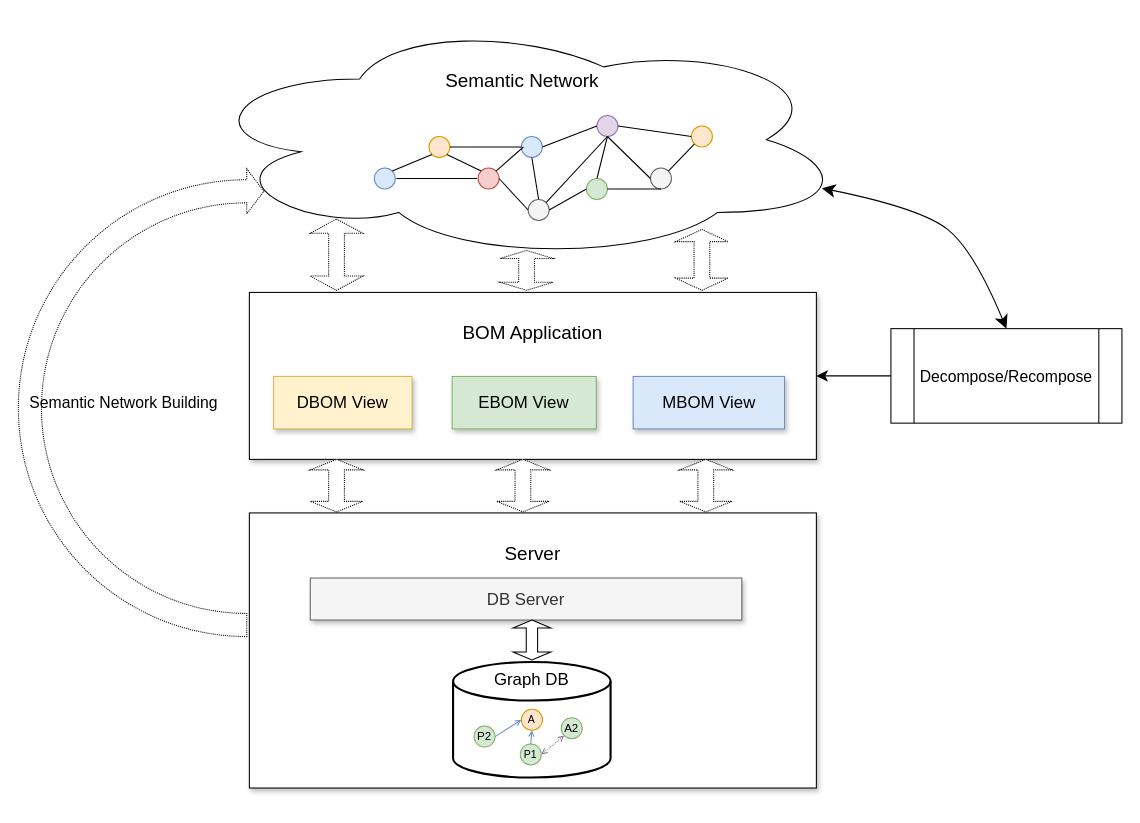
The draw.io diagram BOM/BOM-sys-structure.drawio in littlelittlemoon/DiagramsRepository, before the edit. Source tidied: cells renumbered, new cells numbered last; positions are measured from the earlier drawing's top-left corner, leaving out a move shared by most shapes. Both pictures are drawn from the tidied source at 105%, with x=0, y=0 at pixel (18, 18).
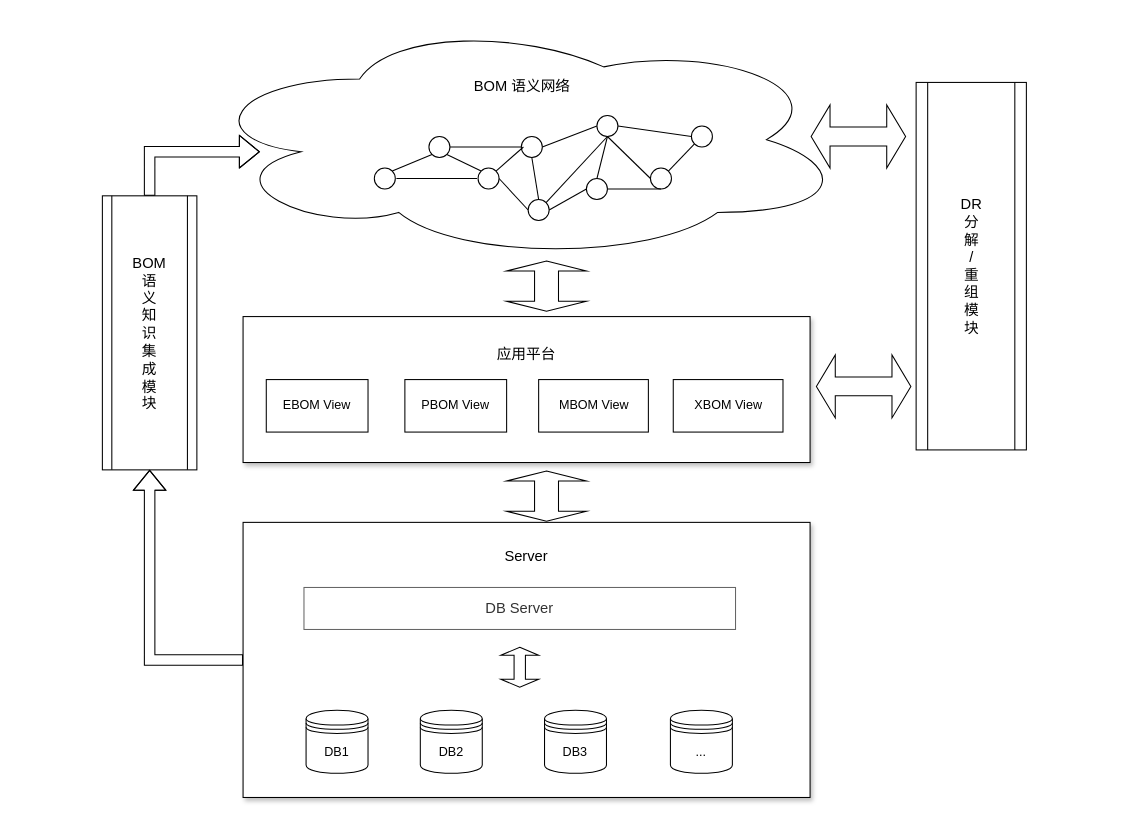
After the change.

The edit, as a diff of the source:
```diff
@@
-    <mxCell id="2" value="&lt;font style=&quot;font-size: 18px&quot;&gt;&lt;br&gt;BOM Application&lt;/font&gt;" style="whiteSpace=wrap;html=1;shadow=1;fontSize=16;verticalAlign=top;" parent="1" vertex="1">
-      <mxGeometry x="220" y="261" width="540" height="159" as="geometry" />
+    <mxCell id="2" value="&lt;font style=&quot;font-size: 14px&quot;&gt;&lt;br&gt;应用平台&lt;/font&gt;" style="whiteSpace=wrap;html=1;shadow=1;fontSize=16;verticalAlign=top;" parent="1" vertex="1">
+      <mxGeometry x="214" y="284" width="540" height="139" as="geometry" />
     </mxCell>
-    <mxCell id="3" value="&lt;font style=&quot;font-size: 18px&quot;&gt;&lt;br&gt;&lt;br&gt;Semantic Network&lt;/font&gt;" style="ellipse;shape=cloud;whiteSpace=wrap;html=1;verticalAlign=top;" parent="1" vertex="1">
+    <mxCell id="3" value="&lt;br style=&quot;font-size: 14px&quot;&gt;&lt;br style=&quot;font-size: 14px&quot;&gt;&lt;br style=&quot;font-size: 14px&quot;&gt;BOM 语义网络" style="ellipse;shape=cloud;whiteSpace=wrap;html=1;verticalAlign=top;fontSize=14;" parent="1" vertex="1">
       <mxGeometry x="170" width="620" height="231" as="geometry" />
     </mxCell>
-    <mxCell id="4" style="ellipse;whiteSpace=wrap;html=1;verticalAlign=middle;fillColor=#dae8fc;strokeColor=#6c8ebf;" parent="1" vertex="1">
+    <mxCell id="4" style="ellipse;whiteSpace=wrap;html=1;verticalAlign=middle;fillColor=none;strokeColor=#000000;" parent="1" vertex="1">
       <mxGeometry x="339" y="142.5" width="20" height="20" as="geometry" />
     </mxCell>
-    <mxCell id="5" style="ellipse;whiteSpace=wrap;html=1;verticalAlign=middle;fillColor=#ffe6cc;strokeColor=#d79b00;" parent="1" vertex="1">
+    <mxCell id="5" style="ellipse;whiteSpace=wrap;html=1;verticalAlign=middle;fillColor=none;strokeColor=#000000;" parent="1" vertex="1">
       <mxGeometry x="391" y="112.5" width="20" height="20" as="geometry" />
     </mxCell>
-    <mxCell id="6" style="ellipse;whiteSpace=wrap;html=1;verticalAlign=middle;fillColor=#ffe6cc;strokeColor=#d79b00;" parent="1" vertex="1">
+    <mxCell id="6" style="ellipse;whiteSpace=wrap;html=1;verticalAlign=middle;fillColor=none;strokeColor=#000000;" parent="1" vertex="1">
       <mxGeometry x="641" y="102.5" width="20" height="20" as="geometry" />
     </mxCell>
-    <mxCell id="7" style="ellipse;whiteSpace=wrap;html=1;verticalAlign=middle;fillColor=#f5f5f5;strokeColor=#666666;fontColor=#333333;" parent="1" vertex="1">
+    <mxCell id="7" style="ellipse;whiteSpace=wrap;html=1;verticalAlign=middle;fillColor=none;strokeColor=#000000;fontColor=#333333;" parent="1" vertex="1">
       <mxGeometry x="602" y="142.5" width="20" height="20" as="geometry" />
     </mxCell>
-    <mxCell id="8" style="ellipse;whiteSpace=wrap;html=1;verticalAlign=middle;fillColor=#d5e8d4;strokeColor=#82b366;" parent="1" vertex="1">
+    <mxCell id="8" style="ellipse;whiteSpace=wrap;html=1;verticalAlign=middle;fillColor=none;strokeColor=#000000;" parent="1" vertex="1">
       <mxGeometry x="541" y="152.5" width="20" height="20" as="geometry" />
     </mxCell>
-    <mxCell id="9" style="ellipse;whiteSpace=wrap;html=1;verticalAlign=middle;fillColor=#f5f5f5;strokeColor=#666666;fontColor=#333333;" parent="1" vertex="1">
+    <mxCell id="9" style="ellipse;whiteSpace=wrap;html=1;verticalAlign=middle;fillColor=none;strokeColor=#000000;fontColor=#333333;" parent="1" vertex="1">
       <mxGeometry x="485.5" y="172.5" width="20" height="20" as="geometry" />
     </mxCell>
-    <mxCell id="10" style="ellipse;whiteSpace=wrap;html=1;verticalAlign=middle;fillColor=#dae8fc;strokeColor=#6c8ebf;" parent="1" vertex="1">
+    <mxCell id="10" style="ellipse;whiteSpace=wrap;html=1;verticalAlign=middle;fillColor=none;strokeColor=#000000;" parent="1" vertex="1">
       <mxGeometry x="479" y="112.5" width="20" height="20" as="geometry" />
     </mxCell>
-    <mxCell id="11" style="ellipse;whiteSpace=wrap;html=1;verticalAlign=middle;fillColor=#f8cecc;strokeColor=#b85450;" parent="1" vertex="1">
+    <mxCell id="11" style="ellipse;whiteSpace=wrap;html=1;verticalAlign=middle;fillColor=none;strokeColor=#000000;" parent="1" vertex="1">
       <mxGeometry x="437.8" y="142.5" width="20" height="20" as="geometry" />
     </mxCell>
-    <mxCell id="12" style="ellipse;whiteSpace=wrap;html=1;verticalAlign=middle;fillColor=#e1d5e7;strokeColor=#9673a6;" parent="1" vertex="1">
+    <mxCell id="12" style="ellipse;whiteSpace=wrap;html=1;verticalAlign=middle;fillColor=none;strokeColor=#000000;" parent="1" vertex="1">
       <mxGeometry x="551" y="92.5" width="20" height="20" as="geometry" />
     </mxCell>
@@
-    <mxCell id="28" value="&lt;font style=&quot;font-size: 16px&quot;&gt;DBOM View&lt;/font&gt;" style="whiteSpace=wrap;html=1;shadow=1;fontSize=18;fillColor=#fff2cc;strokeColor=#d6b656;verticalAlign=middle;" parent="1" vertex="1">
-      <mxGeometry x="243.1" y="341" width="131.8" height="50" as="geometry" />
-    </mxCell>
-    <mxCell id="29" value="EBOM View" style="whiteSpace=wrap;html=1;shadow=1;fontSize=16;fillColor=#d5e8d4;strokeColor=#82b366;verticalAlign=middle;" parent="1" vertex="1">
-      <mxGeometry x="413.1" y="341" width="137.2" height="50" as="geometry" />
-    </mxCell>
-    <mxCell id="30" value="&lt;font style=&quot;font-size: 16px&quot;&gt;M&lt;/font&gt;BOM View" style="whiteSpace=wrap;html=1;shadow=1;fontSize=16;fillColor=#dae8fc;strokeColor=#6c8ebf;verticalAlign=middle;" parent="1" vertex="1">
-      <mxGeometry x="585.5" y="341" width="144.2" height="50" as="geometry" />
-    </mxCell>
+    <mxCell id="52" style="edgeStyle=orthogonalEdgeStyle;shape=flexArrow;rounded=0;jettySize=auto;html=1;entryX=0.5;entryY=1;entryDx=0;entryDy=0;fontSize=12;strokeColor=default;fillColor=none;" parent="1" edge="1" source="31" target="62">
+      <mxGeometry relative="1" as="geometry" />
+    </mxCell>
-    <mxCell id="31" value="&lt;font style=&quot;font-size: 18px&quot;&gt;&lt;br&gt;Server&lt;/font&gt;" style="whiteSpace=wrap;html=1;shadow=1;fontSize=16;verticalAlign=top;" parent="1" vertex="1">
-      <mxGeometry x="220" y="471" width="540" height="262" as="geometry" />
+    <mxCell id="31" value="&lt;font style=&quot;font-size: 14px;&quot;&gt;&lt;br style=&quot;font-size: 14px;&quot;&gt;Server&lt;/font&gt;" style="whiteSpace=wrap;html=1;shadow=1;fontSize=14;verticalAlign=top;" parent="1" vertex="1">
+      <mxGeometry x="214" y="480" width="540" height="262" as="geometry" />
     </mxCell>
-    <mxCell id="32" value="DB Server" style="whiteSpace=wrap;html=1;shadow=1;fontSize=16;fillColor=#f5f5f5;strokeColor=#666666;verticalAlign=middle;fontColor=#333333;" parent="1" vertex="1">
-      <mxGeometry x="278" y="533" width="411" height="40" as="geometry" />
+    <mxCell id="32" value="DB Server" style="whiteSpace=wrap;html=1;shadow=0;fontSize=14;fillColor=none;strokeColor=#666666;verticalAlign=middle;fontColor=#333333;" parent="1" vertex="1">
+      <mxGeometry x="272" y="542" width="411" height="40" as="geometry" />
     </mxCell>
-    <mxCell id="33" value="Graph DB" style="strokeWidth=2;html=1;shape=mxgraph.flowchart.database;whiteSpace=wrap;fontSize=16;verticalAlign=top;" parent="1" vertex="1">
-      <mxGeometry x="414" y="613" width="150" height="110" as="geometry" />
-    </mxCell>
-    <mxCell id="34" value="A" style="ellipse;whiteSpace=wrap;html=1;verticalAlign=middle;fillColor=#ffe6cc;strokeColor=#d79b00;fontSize=10;" parent="1" vertex="1">
-      <mxGeometry x="479.1" y="658" width="20" height="20" as="geometry" />
-    </mxCell>
-    <mxCell id="35" value="&lt;font style=&quot;font-size: 11px&quot;&gt;A2&lt;/font&gt;" style="ellipse;whiteSpace=wrap;html=1;verticalAlign=middle;fillColor=#d5e8d4;strokeColor=#82b366;" parent="1" vertex="1">
-      <mxGeometry x="517" y="666" width="20" height="20" as="geometry" />
-    </mxCell>
-    <mxCell id="36" value="&lt;font size=&quot;1&quot;&gt;P1&lt;/font&gt;" style="ellipse;whiteSpace=wrap;html=1;verticalAlign=middle;fillColor=#d5e8d4;strokeColor=#82b366;fontSize=6;" parent="1" vertex="1">
-      <mxGeometry x="478" y="691" width="20" height="20" as="geometry" />
-    </mxCell>
-    <mxCell id="37" value="&lt;font style=&quot;font-size: 11px&quot;&gt;P2&lt;/font&gt;" style="ellipse;whiteSpace=wrap;html=1;verticalAlign=middle;fillColor=#d5e8d4;strokeColor=#82b366;fontSize=10;" parent="1" vertex="1">
-      <mxGeometry x="434" y="674" width="20" height="20" as="geometry" />
-    </mxCell>
-    <mxCell id="38" style="html=1;verticalAlign=bottom;endArrow=open;endSize=4;entryX=0.5;entryY=1;entryDx=0;entryDy=0;exitX=0.5;exitY=0;exitDx=0;exitDy=0;fontSize=9;fillColor=#dae8fc;strokeColor=#6c8ebf;startSize=4;" parent="1" edge="1" source="36" target="34">
-      <mxGeometry relative="1" as="geometry" />
-    </mxCell>
-    <mxCell id="39" style="html=1;verticalAlign=bottom;endArrow=open;endSize=4;entryX=0;entryY=0.5;entryDx=0;entryDy=0;exitX=1;exitY=0.5;exitDx=0;exitDy=0;fontSize=8;fillColor=#dae8fc;strokeColor=#6c8ebf;jumpSize=6;startSize=4;" parent="1" edge="1" source="37" target="34">
-      <mxGeometry relative="1" as="geometry" />
-    </mxCell>
-    <mxCell id="40" style="html=1;verticalAlign=bottom;endArrow=open;endSize=4;fontSize=8;entryX=1;entryY=0.5;entryDx=0;entryDy=0;dashed=1;dashPattern=1 1;startArrow=open;startFill=0;fillColor=#e1d5e7;strokeColor=#9673a6;exitX=0;exitY=1;exitDx=0;exitDy=0;startSize=4;" parent="1" edge="1" source="35" target="36">
-      <mxGeometry relative="1" as="geometry" />
-    </mxCell>
-    <mxCell id="41" style="shape=doubleArrow;whiteSpace=wrap;html=1;fontSize=10;verticalAlign=top;direction=south;dashed=1;dashPattern=1 1;" parent="1" vertex="1">
-      <mxGeometry x="278" y="420" width="50" height="50" as="geometry" />
-    </mxCell>
-    <mxCell id="42" style="shape=doubleArrow;whiteSpace=wrap;html=1;fontSize=10;verticalAlign=top;direction=south;dashed=1;dashPattern=1 1;" parent="1" vertex="1">
-      <mxGeometry x="455.5" y="420" width="50" height="50" as="geometry" />
-    </mxCell>
-    <mxCell id="43" style="shape=doubleArrow;whiteSpace=wrap;html=1;fontSize=10;verticalAlign=top;direction=south;dashed=1;dashPattern=1 1;" parent="1" vertex="1">
-      <mxGeometry x="629.7" y="420" width="50" height="50" as="geometry" />
-    </mxCell>
     <mxCell id="44" style="shape=doubleArrow;whiteSpace=wrap;html=1;fontSize=10;verticalAlign=top;direction=south;" parent="1" vertex="1">
-      <mxGeometry x="471.1" y="573" width="36" height="38" as="geometry" />
+      <mxGeometry x="459.5" y="599" width="36" height="38" as="geometry" />
     </mxCell>
-    <mxCell id="45" style="shape=doubleArrow;whiteSpace=wrap;html=1;fontSize=10;verticalAlign=top;direction=south;dashed=1;dashPattern=1 1;" parent="1" vertex="1">
-      <mxGeometry x="278" y="191" width="50" height="68" as="geometry" />
-    </mxCell>
-    <mxCell id="46" style="shape=doubleArrow;whiteSpace=wrap;html=1;fontSize=10;verticalAlign=top;direction=south;dashed=1;dashPattern=1 1;" parent="1" vertex="1">
-      <mxGeometry x="459" y="221" width="50" height="38" as="geometry" />
-    </mxCell>
-    <mxCell id="47" style="shape=doubleArrow;whiteSpace=wrap;html=1;fontSize=10;verticalAlign=top;direction=south;dashed=1;dashPattern=1 1;" parent="1" vertex="1">
-      <mxGeometry x="626" y="201" width="50" height="58" as="geometry" />
+    <mxCell id="47" style="shape=doubleArrow;whiteSpace=wrap;html=1;fontSize=10;verticalAlign=top;direction=south;" parent="1" vertex="1">
+      <mxGeometry x="465" y="231" width="76" height="48" as="geometry" />
     </mxCell>
-    <mxCell id="48" style="edgeStyle=orthogonalEdgeStyle;rounded=0;jumpSize=4;jettySize=auto;html=1;exitX=0;exitY=0.5;exitDx=0;exitDy=0;entryX=1;entryY=0.5;entryDx=0;entryDy=0;fontSize=10;startArrow=none;startFill=0;startSize=10;endSize=8;strokeWidth=1;sourcePerimeterSpacing=0;endArrow=classic;endFill=1;" parent="1" edge="1" source="49" target="2">
-      <mxGeometry relative="1" as="geometry" />
-    </mxCell>
-    <mxCell id="49" value="&lt;font style=&quot;font-size: 15px&quot;&gt;&lt;span style=&quot;background-color: rgb(255 , 255 , 255)&quot;&gt;Decompose/Recompose&lt;/span&gt;&lt;/font&gt;" style="shape=process;whiteSpace=wrap;html=1;backgroundOutline=1;fontSize=10;verticalAlign=middle;" parent="1" vertex="1">
-      <mxGeometry x="831" y="295.5" width="220" height="90" as="geometry" />
+    <mxCell id="49" value="&lt;span style=&quot;font-size: 14px ; background-color: rgb(255 , 255 , 255)&quot;&gt;DR &lt;br&gt;分&lt;br&gt;解&lt;br&gt;/&lt;br&gt;重&lt;br&gt;组&lt;br&gt;模&lt;br&gt;块&lt;/span&gt;" style="shape=process;whiteSpace=wrap;html=1;backgroundOutline=1;fontSize=10;verticalAlign=middle;" parent="1" vertex="1">
+      <mxGeometry x="855" y="61" width="105" height="350" as="geometry" />
     </mxCell>
-    <mxCell id="50" style="curved=1;endArrow=classic;html=1;fontSize=10;startSize=10;endSize=10;entryX=0.96;entryY=0.7;entryDx=0;entryDy=0;entryPerimeter=0;exitX=0.5;exitY=0;exitDx=0;exitDy=0;startArrow=classic;startFill=1;strokeWidth=1;" parent="1" edge="1" source="49" target="3">
-      <mxGeometry relative="1" as="geometry">
-        <Array as="points">
-          <mxPoint x="910" y="221" />
-          <mxPoint x="860" y="181" />
-        </Array>
-      </mxGeometry>
-    </mxCell>
-    <mxCell id="51" value="&lt;font style=&quot;font-size: 15px&quot;&gt;Semantic Network Building&lt;/font&gt;" style="html=1;shadow=0;dashed=1;align=center;verticalAlign=middle;shape=mxgraph.arrows2.uTurnArrow;dy=11;arrowHead=43;dx2=16.25;sketch=0;fontSize=10;fillColor=none;dashPattern=1 1;" parent="1" vertex="1">
-      <mxGeometry y="143.2" width="200" height="445.5" as="geometry" />
-    </mxCell>
+    <mxCell id="53" value="DB1" style="shape=datastore;whiteSpace=wrap;html=1;" parent="1" vertex="1">
+      <mxGeometry x="274" y="659" width="59" height="60" as="geometry" />
+    </mxCell>
+    <mxCell id="54" value="DB2" style="shape=datastore;whiteSpace=wrap;html=1;" parent="1" vertex="1">
+      <mxGeometry x="382.8" y="659" width="59" height="60" as="geometry" />
+    </mxCell>
+    <mxCell id="55" value="DB3" style="shape=datastore;whiteSpace=wrap;html=1;" parent="1" vertex="1">
+      <mxGeometry x="501.1" y="659" width="59" height="60" as="geometry" />
+    </mxCell>
+    <mxCell id="56" value="..." style="shape=datastore;whiteSpace=wrap;html=1;" parent="1" vertex="1">
+      <mxGeometry x="621" y="659" width="59" height="60" as="geometry" />
+    </mxCell>
+    <mxCell id="57" value="&lt;font style=&quot;font-size: 12px;&quot;&gt;X&lt;/font&gt;BOM View" style="whiteSpace=wrap;html=1;shadow=0;fontSize=12;fillColor=none;strokeColor=#000000;verticalAlign=middle;" parent="1" vertex="1">
+      <mxGeometry x="623.7" y="344" width="104.5" height="50" as="geometry" />
+    </mxCell>
+    <mxCell id="58" style="shape=doubleArrow;whiteSpace=wrap;html=1;shadow=0;fontSize=14;strokeColor=#000000;fillColor=none;" parent="1" vertex="1">
+      <mxGeometry x="760" y="320.5" width="90" height="60" as="geometry" />
+    </mxCell>
+    <mxCell id="59" style="shape=doubleArrow;whiteSpace=wrap;html=1;shadow=0;fontSize=14;strokeColor=#000000;fillColor=none;" parent="1" vertex="1">
+      <mxGeometry x="755" y="82.5" width="90" height="60" as="geometry" />
+    </mxCell>
+    <mxCell id="60" style="shape=doubleArrow;whiteSpace=wrap;html=1;fontSize=10;verticalAlign=top;direction=south;" parent="1" vertex="1">
+      <mxGeometry x="465" y="431" width="76" height="48" as="geometry" />
+    </mxCell>
+    <mxCell id="61" style="edgeStyle=orthogonalEdgeStyle;shape=flexArrow;rounded=0;jettySize=auto;html=1;fontSize=12;strokeColor=default;fillColor=none;" parent="1" edge="1" source="62">
+      <mxGeometry relative="1" as="geometry">
+        <mxPoint x="230" y="127" as="targetPoint" />
+        <Array as="points">
+          <mxPoint x="125" y="127" />
+        </Array>
+      </mxGeometry>
+    </mxCell>
+    <mxCell id="62" value="BOM &lt;br&gt;语&lt;br&gt;义&lt;br&gt;知&lt;br&gt;识&lt;br&gt;集&lt;br&gt;成&lt;br&gt;模&lt;br&gt;块" style="shape=process;whiteSpace=wrap;html=1;backgroundOutline=1;shadow=0;fontSize=14;strokeColor=#000000;fillColor=none;" parent="1" vertex="1">
+      <mxGeometry x="80" y="169" width="90" height="261" as="geometry" />
+    </mxCell>
+    <mxCell id="29" value="&lt;font style=&quot;font-size: 12px;&quot;&gt;EBOM View&lt;/font&gt;" style="whiteSpace=wrap;html=1;shadow=0;fontSize=12;fillColor=none;strokeColor=#000000;verticalAlign=middle;" parent="1" vertex="1">
+      <mxGeometry x="236.1" y="344" width="96.9" height="50" as="geometry" />
+    </mxCell>
+    <mxCell id="63" value="PBOM View" style="whiteSpace=wrap;html=1;shadow=0;fontSize=12;fillColor=none;strokeColor=#000000;verticalAlign=middle;" parent="1" vertex="1">
+      <mxGeometry x="368.1" y="344" width="96.9" height="50" as="geometry" />
+    </mxCell>
+    <mxCell id="30" value="&lt;font style=&quot;font-size: 12px;&quot;&gt;M&lt;/font&gt;BOM View" style="whiteSpace=wrap;html=1;shadow=0;fontSize=12;fillColor=none;strokeColor=#000000;verticalAlign=middle;" parent="1" vertex="1">
+      <mxGeometry x="495.5" y="344" width="104.5" height="50" as="geometry" />
+    </mxCell>
```
